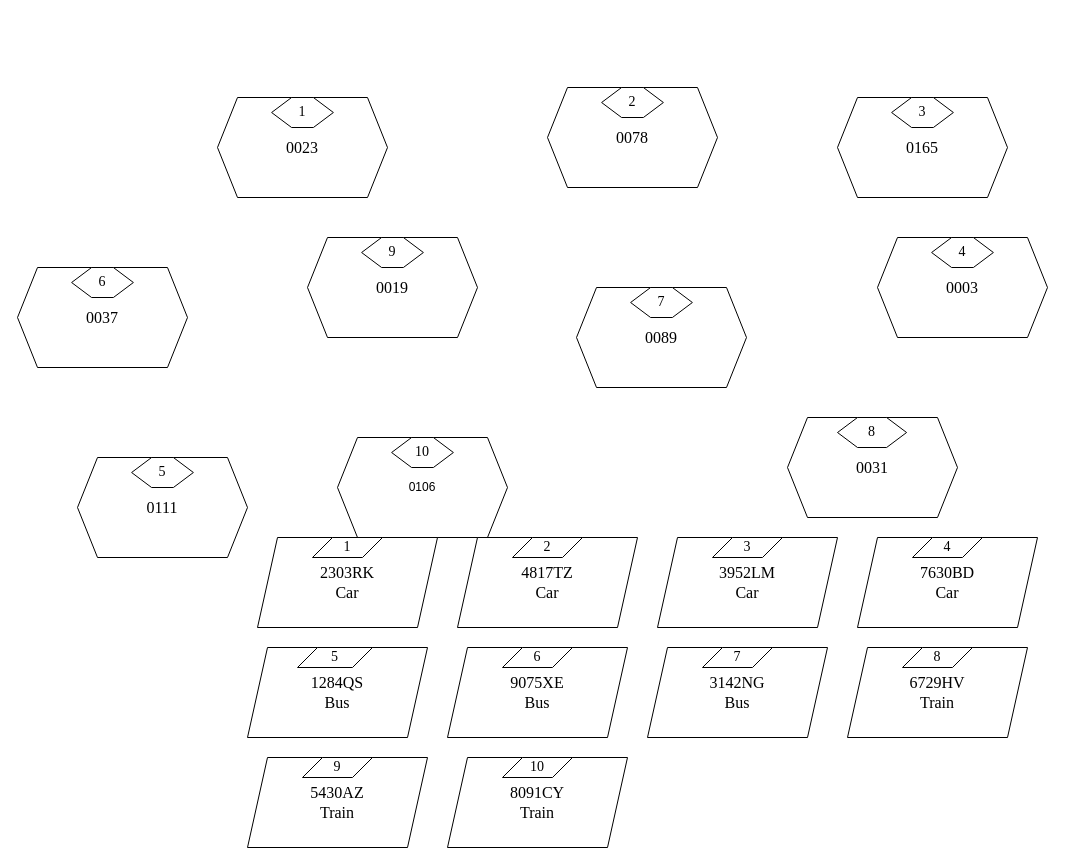
Above: page "Транспорт в маршрутах" (6 of 7) of TransportSystem.drawio in Wekir-xx/Test (draw.io), before the change. Source tidied: cells renumbered, new cells numbered last; positions are measured from the earlier drawing's top-left corner, leaving out a move shared by most shapes. Both pictures are drawn from the tidied source at 100%, with x=0, y=0 at pixel (17, 87).
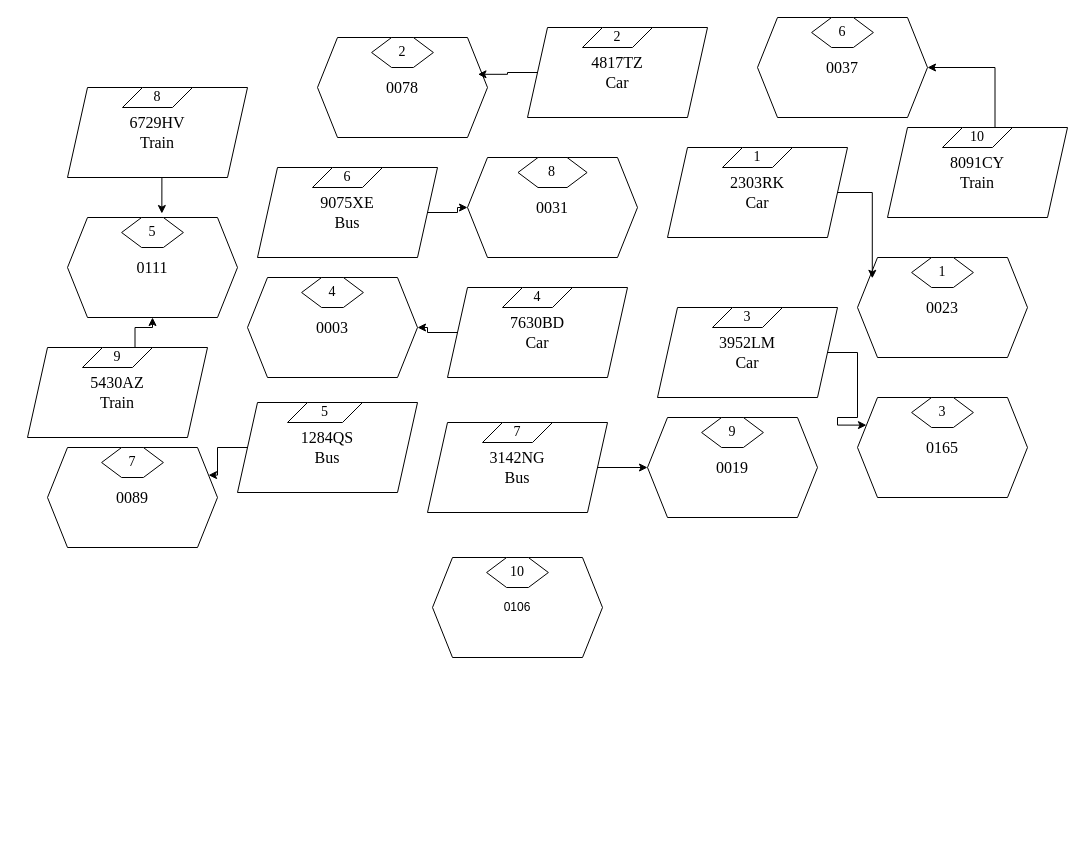
The same diagram, later.

The change refers to these unchanged cells:
```xml
<mxCell id="3" value="&lt;font face=&quot;Times New Roman&quot;&gt;&lt;span style=&quot;font-size: 16px;&quot;&gt;0023&lt;/span&gt;&lt;/font&gt;" style="shape=hexagon;perimeter=hexagonPerimeter2;whiteSpace=wrap;html=1;fixedSize=1;" parent="2" vertex="1">
  <mxGeometry width="170" height="100" as="geometry" />
</mxCell>
<mxCell id="6" value="&lt;div&gt;&lt;font face=&quot;Times New Roman&quot;&gt;&lt;span style=&quot;font-size: 16px;&quot;&gt;0078&lt;/span&gt;&lt;/font&gt;&lt;/div&gt;" style="shape=hexagon;perimeter=hexagonPerimeter2;whiteSpace=wrap;html=1;fixedSize=1;" parent="5" vertex="1">
  <mxGeometry width="170" height="100" as="geometry" />
</mxCell>
<mxCell id="9" value="&lt;span style=&quot;font-family: &amp;quot;Times New Roman&amp;quot;; font-size: 16px;&quot;&gt;0165&lt;/span&gt;" style="shape=hexagon;perimeter=hexagonPerimeter2;whiteSpace=wrap;html=1;fixedSize=1;" parent="8" vertex="1">
  <mxGeometry width="170" height="100" as="geometry" />
</mxCell>
<mxCell id="12" value="&lt;span style=&quot;font-family: &amp;quot;Times New Roman&amp;quot;; font-size: 16px;&quot;&gt;0003&lt;/span&gt;" style="shape=hexagon;perimeter=hexagonPerimeter2;whiteSpace=wrap;html=1;fixedSize=1;" parent="11" vertex="1">
  <mxGeometry width="170" height="100" as="geometry" />
</mxCell>
<mxCell id="15" value="&lt;span style=&quot;font-family: &amp;quot;Times New Roman&amp;quot;; font-size: 16px;&quot;&gt;0111&lt;/span&gt;" style="shape=hexagon;perimeter=hexagonPerimeter2;whiteSpace=wrap;html=1;fixedSize=1;" parent="14" vertex="1">
  <mxGeometry width="170" height="100" as="geometry" />
</mxCell>
<mxCell id="18" value="&lt;span style=&quot;font-family: &amp;quot;Times New Roman&amp;quot;; font-size: 16px;&quot;&gt;0037&lt;/span&gt;" style="shape=hexagon;perimeter=hexagonPerimeter2;whiteSpace=wrap;html=1;fixedSize=1;" parent="17" vertex="1">
  <mxGeometry width="170" height="100" as="geometry" />
</mxCell>
<mxCell id="21" value="&lt;span style=&quot;font-family: &amp;quot;Times New Roman&amp;quot;; font-size: 16px;&quot;&gt;0089&lt;/span&gt;" style="shape=hexagon;perimeter=hexagonPerimeter2;whiteSpace=wrap;html=1;fixedSize=1;" parent="20" vertex="1">
  <mxGeometry width="170" height="100" as="geometry" />
</mxCell>
<mxCell id="29" value="&lt;span style=&quot;font-family: &amp;quot;Times New Roman&amp;quot;; font-size: 16px;&quot;&gt;0019&lt;/span&gt;" style="shape=hexagon;perimeter=hexagonPerimeter2;whiteSpace=wrap;html=1;fixedSize=1;" parent="28" vertex="1">
  <mxGeometry width="170" height="100" as="geometry" />
</mxCell>
<mxCell id="32" value="&lt;font face=&quot;Times New Roman&quot;&gt;&lt;span style=&quot;font-size: 16px;&quot;&gt;2303RK&lt;/span&gt;&lt;/font&gt;&lt;div&gt;&lt;font face=&quot;Times New Roman&quot;&gt;&lt;span style=&quot;font-size: 16px;&quot;&gt;Сar&lt;/span&gt;&lt;/font&gt;&lt;/div&gt;" style="shape=parallelogram;perimeter=parallelogramPerimeter;whiteSpace=wrap;html=1;fixedSize=1;" parent="31" vertex="1">
  <mxGeometry width="180" height="90" as="geometry" />
</mxCell>
<mxCell id="36" value="&lt;font face=&quot;Times New Roman&quot;&gt;&lt;span style=&quot;font-size: 16px;&quot;&gt;4817TZ&lt;/span&gt;&lt;/font&gt;&lt;div&gt;&lt;font face=&quot;Times New Roman&quot;&gt;&lt;span style=&quot;font-size: 16px;&quot;&gt;Car&lt;/span&gt;&lt;/font&gt;&lt;/div&gt;" style="shape=parallelogram;perimeter=parallelogramPerimeter;whiteSpace=wrap;html=1;fixedSize=1;" parent="35" vertex="1">
  <mxGeometry width="180" height="90" as="geometry" />
</mxCell>
<mxCell id="39" value="&lt;font face=&quot;Times New Roman&quot;&gt;&lt;span style=&quot;font-size: 16px;&quot;&gt;3952LM&lt;/span&gt;&lt;/font&gt;&lt;div&gt;&lt;font face=&quot;Times New Roman&quot;&gt;&lt;span style=&quot;font-size: 16px;&quot;&gt;Car&lt;/span&gt;&lt;/font&gt;&lt;/div&gt;" style="shape=parallelogram;perimeter=parallelogramPerimeter;whiteSpace=wrap;html=1;fixedSize=1;" parent="38" vertex="1">
  <mxGeometry width="180" height="90" as="geometry" />
</mxCell>
<mxCell id="42" value="&lt;font face=&quot;Times New Roman&quot;&gt;&lt;span style=&quot;font-size: 16px;&quot;&gt;7630BD&lt;/span&gt;&lt;/font&gt;&lt;div&gt;&lt;font face=&quot;Times New Roman&quot;&gt;&lt;span style=&quot;font-size: 16px;&quot;&gt;Car&lt;/span&gt;&lt;/font&gt;&lt;/div&gt;" style="shape=parallelogram;perimeter=parallelogramPerimeter;whiteSpace=wrap;html=1;fixedSize=1;" parent="41" vertex="1">
  <mxGeometry width="180" height="90" as="geometry" />
</mxCell>
<mxCell id="45" value="&lt;font face=&quot;Times New Roman&quot;&gt;&lt;span style=&quot;font-size: 16px;&quot;&gt;1284QS&lt;/span&gt;&lt;/font&gt;&lt;div&gt;&lt;font face=&quot;Times New Roman&quot;&gt;&lt;span style=&quot;font-size: 16px;&quot;&gt;Bus&lt;/span&gt;&lt;/font&gt;&lt;/div&gt;" style="shape=parallelogram;perimeter=parallelogramPerimeter;whiteSpace=wrap;html=1;fixedSize=1;" parent="44" vertex="1">
  <mxGeometry width="180" height="90" as="geometry" />
</mxCell>
<mxCell id="48" value="&lt;font face=&quot;Times New Roman&quot;&gt;&lt;span style=&quot;font-size: 16px;&quot;&gt;9075XE&lt;/span&gt;&lt;/font&gt;&lt;div&gt;&lt;font face=&quot;Times New Roman&quot;&gt;&lt;span style=&quot;font-size: 16px;&quot;&gt;Bus&lt;/span&gt;&lt;/font&gt;&lt;/div&gt;" style="shape=parallelogram;perimeter=parallelogramPerimeter;whiteSpace=wrap;html=1;fixedSize=1;" parent="47" vertex="1">
  <mxGeometry width="180" height="90" as="geometry" />
</mxCell>
<mxCell id="51" value="&lt;font face=&quot;Times New Roman&quot;&gt;&lt;span style=&quot;font-size: 16px;&quot;&gt;3142NG&lt;/span&gt;&lt;/font&gt;&lt;div&gt;&lt;font face=&quot;Times New Roman&quot;&gt;&lt;span style=&quot;font-size: 16px;&quot;&gt;Bus&lt;/span&gt;&lt;/font&gt;&lt;/div&gt;" style="shape=parallelogram;perimeter=parallelogramPerimeter;whiteSpace=wrap;html=1;fixedSize=1;" parent="50" vertex="1">
  <mxGeometry width="180" height="90" as="geometry" />
</mxCell>
<mxCell id="54" value="&lt;font face=&quot;Times New Roman&quot;&gt;&lt;span style=&quot;font-size: 16px;&quot;&gt;6729HV&lt;/span&gt;&lt;/font&gt;&lt;div&gt;&lt;font face=&quot;Times New Roman&quot;&gt;&lt;span style=&quot;font-size: 16px;&quot;&gt;Train&lt;/span&gt;&lt;/font&gt;&lt;/div&gt;" style="shape=parallelogram;perimeter=parallelogramPerimeter;whiteSpace=wrap;html=1;fixedSize=1;" parent="53" vertex="1">
  <mxGeometry width="180" height="90" as="geometry" />
</mxCell>
<mxCell id="58" value="&lt;font face=&quot;Times New Roman&quot; style=&quot;font-size: 14px;&quot;&gt;9&lt;/font&gt;" style="shape=parallelogram;perimeter=parallelogramPerimeter;whiteSpace=wrap;html=1;fixedSize=1;" parent="56" vertex="1">
  <mxGeometry x="55" width="70" height="20" as="geometry" />
</mxCell>
<mxCell id="61" value="&lt;font face=&quot;Times New Roman&quot; style=&quot;font-size: 14px;&quot;&gt;10&lt;/font&gt;" style="shape=parallelogram;perimeter=parallelogramPerimeter;whiteSpace=wrap;html=1;fixedSize=1;" parent="59" vertex="1">
  <mxGeometry x="55" width="70" height="20" as="geometry" />
</mxCell>
```

Change to the diagram source:
```diff
@@
     <mxCell id="2" style="group;" parent="1" vertex="1">
-      <mxGeometry x="200" y="10" width="170" height="100" as="geometry" />
+      <mxGeometry x="840" y="170" width="170" height="100" as="geometry" />
     </mxCell>
@@
     <mxCell id="5" style="group;" parent="1" vertex="1">
-      <mxGeometry x="530" width="170" height="100" as="geometry" />
+      <mxGeometry x="300" y="-50" width="170" height="100" as="geometry" />
     </mxCell>
@@
     <mxCell id="8" style="group;" parent="1" vertex="1">
-      <mxGeometry x="820" y="10" width="170" height="100" as="geometry" />
+      <mxGeometry x="840" y="310" width="170" height="100" as="geometry" />
     </mxCell>
@@
     <mxCell id="11" style="group;" parent="1" vertex="1">
-      <mxGeometry x="860" y="150" width="170" height="100" as="geometry" />
+      <mxGeometry x="230" y="190" width="170" height="100" as="geometry" />
     </mxCell>
@@
     <mxCell id="14" style="group;" parent="1" vertex="1">
-      <mxGeometry x="60" y="370" width="170" height="100" as="geometry" />
+      <mxGeometry x="50" y="130" width="170" height="100" as="geometry" />
     </mxCell>
@@
     <mxCell id="17" style="group;" parent="1" vertex="1">
-      <mxGeometry y="180" width="170" height="100" as="geometry" />
+      <mxGeometry x="740" y="-70" width="170" height="100" as="geometry" />
     </mxCell>
@@
     <mxCell id="20" style="group;" parent="1" vertex="1">
-      <mxGeometry x="559" y="200" width="170" height="100" as="geometry" />
+      <mxGeometry x="30" y="360" width="170" height="100" as="geometry" />
     </mxCell>
@@
     <mxCell id="23" value="&lt;span style=&quot;font-family: &amp;quot;Times New Roman&amp;quot;; font-size: 16px;&quot;&gt;0031&lt;/span&gt;" style="shape=hexagon;perimeter=hexagonPerimeter2;whiteSpace=wrap;html=1;fixedSize=1;" parent="1" vertex="1">
-      <mxGeometry x="770" y="330" width="170" height="100" as="geometry" />
+      <mxGeometry x="450" y="70" width="170" height="100" as="geometry" />
     </mxCell>
     <mxCell id="24" value="&lt;font face=&quot;Times New Roman&quot; style=&quot;font-size: 14px;&quot;&gt;8&lt;/font&gt;" style="shape=hexagon;perimeter=hexagonPerimeter2;whiteSpace=wrap;html=1;fixedSize=1;" parent="1" vertex="1">
-      <mxGeometry x="820" y="330" width="69.1" height="30" as="geometry" />
+      <mxGeometry x="500.5" y="70" width="69.1" height="30" as="geometry" />
     </mxCell>
     <mxCell id="25" style="group;" parent="1" vertex="1">
-      <mxGeometry x="320" y="350" width="170" height="100" as="geometry" />
+      <mxGeometry x="415" y="470" width="170" height="100" as="geometry" />
     </mxCell>
@@
     <mxCell id="28" style="group;" parent="1" vertex="1">
-      <mxGeometry x="290" y="150" width="170" height="100" as="geometry" />
+      <mxGeometry x="630" y="330" width="170" height="100" as="geometry" />
     </mxCell>
@@
     <mxCell id="31" style="group;" parent="1" vertex="1">
-      <mxGeometry x="240" y="450" width="180" height="90" as="geometry" />
+      <mxGeometry x="650" y="60" width="180" height="90" as="geometry" />
     </mxCell>
@@
     <mxCell id="35" style="group;" parent="1" vertex="1">
-      <mxGeometry x="440" y="450" width="180" height="90" as="geometry" />
+      <mxGeometry x="510" y="-60" width="180" height="90" as="geometry" />
     </mxCell>
@@
     <mxCell id="38" style="group;" parent="1" vertex="1">
-      <mxGeometry x="640" y="450" width="180" height="90" as="geometry" />
+      <mxGeometry x="640" y="220" width="180" height="90" as="geometry" />
     </mxCell>
@@
     <mxCell id="41" style="group;" parent="1" vertex="1">
-      <mxGeometry x="840" y="450" width="180" height="90" as="geometry" />
+      <mxGeometry x="430" y="200" width="180" height="90" as="geometry" />
     </mxCell>
@@
     <mxCell id="44" style="group;" parent="1" vertex="1">
-      <mxGeometry x="230" y="560" width="180" height="90" as="geometry" />
+      <mxGeometry x="220" y="315" width="180" height="90" as="geometry" />
     </mxCell>
@@
     <mxCell id="47" style="group;" parent="1" vertex="1">
-      <mxGeometry x="430" y="560" width="180" height="90" as="geometry" />
+      <mxGeometry x="240" y="80" width="180" height="90" as="geometry" />
     </mxCell>
@@
     <mxCell id="50" style="group;" parent="1" vertex="1">
-      <mxGeometry x="630" y="560" width="180" height="90" as="geometry" />
+      <mxGeometry x="410" y="335" width="180" height="90" as="geometry" />
     </mxCell>
@@
     <mxCell id="53" style="group;" parent="1" vertex="1">
-      <mxGeometry x="830" y="560" width="180" height="90" as="geometry" />
+      <mxGeometry x="50" width="180" height="90" as="geometry" />
     </mxCell>
@@
     <mxCell id="56" style="group;" parent="1" vertex="1">
-      <mxGeometry x="230" y="670" width="180" height="90" as="geometry" />
+      <mxGeometry x="10" y="260" width="180" height="90" as="geometry" />
     </mxCell>
@@
     <mxCell id="59" style="group;" parent="1" vertex="1">
-      <mxGeometry x="430" y="670" width="180" height="90" as="geometry" />
+      <mxGeometry x="870" y="40" width="180" height="90" as="geometry" />
     </mxCell>
@@
+    <mxCell id="62" style="edgeStyle=orthogonalEdgeStyle;rounded=0;jettySize=auto;html=1;exitX=0.5;exitY=1;exitDx=0;exitDy=0;entryX=0.555;entryY=-0.04;entryDx=0;entryDy=0;entryPerimeter=0;" parent="1" edge="1" source="54" target="15">
+      <mxGeometry relative="1" as="geometry" />
+    </mxCell>
+    <mxCell id="63" style="edgeStyle=orthogonalEdgeStyle;rounded=0;jettySize=auto;html=1;exitX=0.75;exitY=0;exitDx=0;exitDy=0;" parent="1" edge="1" source="58" target="15">
+      <mxGeometry relative="1" as="geometry" />
+    </mxCell>
+    <mxCell id="64" style="edgeStyle=orthogonalEdgeStyle;rounded=0;jettySize=auto;html=1;exitX=0;exitY=0.5;exitDx=0;exitDy=0;entryX=0.944;entryY=0.368;entryDx=0;entryDy=0;entryPerimeter=0;" parent="1" edge="1" source="36" target="6">
+      <mxGeometry relative="1" as="geometry" />
+    </mxCell>
+    <mxCell id="65" style="edgeStyle=orthogonalEdgeStyle;rounded=0;jettySize=auto;html=1;exitX=0.75;exitY=0;exitDx=0;exitDy=0;entryX=1;entryY=0.5;entryDx=0;entryDy=0;" parent="1" edge="1" source="61" target="18">
+      <mxGeometry relative="1" as="geometry" />
+    </mxCell>
+    <mxCell id="66" style="edgeStyle=orthogonalEdgeStyle;rounded=0;jettySize=auto;html=1;exitX=1;exitY=0.5;exitDx=0;exitDy=0;entryX=0.087;entryY=0.208;entryDx=0;entryDy=0;entryPerimeter=0;" parent="1" edge="1" source="32" target="3">
+      <mxGeometry relative="1" as="geometry" />
+    </mxCell>
+    <mxCell id="67" style="edgeStyle=orthogonalEdgeStyle;rounded=0;jettySize=auto;html=1;exitX=1;exitY=0.5;exitDx=0;exitDy=0;entryX=0;entryY=0.5;entryDx=0;entryDy=0;" parent="1" edge="1" source="48" target="23">
+      <mxGeometry relative="1" as="geometry" />
+    </mxCell>
+    <mxCell id="68" style="edgeStyle=orthogonalEdgeStyle;rounded=0;jettySize=auto;html=1;exitX=1;exitY=0.5;exitDx=0;exitDy=0;entryX=0;entryY=0.25;entryDx=0;entryDy=0;" parent="1" edge="1" source="39" target="9">
+      <mxGeometry relative="1" as="geometry" />
+    </mxCell>
+    <mxCell id="69" style="edgeStyle=orthogonalEdgeStyle;rounded=0;jettySize=auto;html=1;exitX=0;exitY=0.5;exitDx=0;exitDy=0;entryX=1;entryY=0.5;entryDx=0;entryDy=0;" parent="1" edge="1" source="42" target="12">
+      <mxGeometry relative="1" as="geometry" />
+    </mxCell>
+    <mxCell id="70" style="edgeStyle=orthogonalEdgeStyle;rounded=0;jettySize=auto;html=1;exitX=1;exitY=0.5;exitDx=0;exitDy=0;" parent="1" edge="1" source="51" target="29">
+      <mxGeometry relative="1" as="geometry" />
+    </mxCell>
+    <mxCell id="71" style="edgeStyle=orthogonalEdgeStyle;rounded=0;jettySize=auto;html=1;exitX=0;exitY=0.5;exitDx=0;exitDy=0;entryX=1;entryY=0.25;entryDx=0;entryDy=0;" parent="1" edge="1" source="45" target="21">
+      <mxGeometry relative="1" as="geometry" />
+    </mxCell>
```
